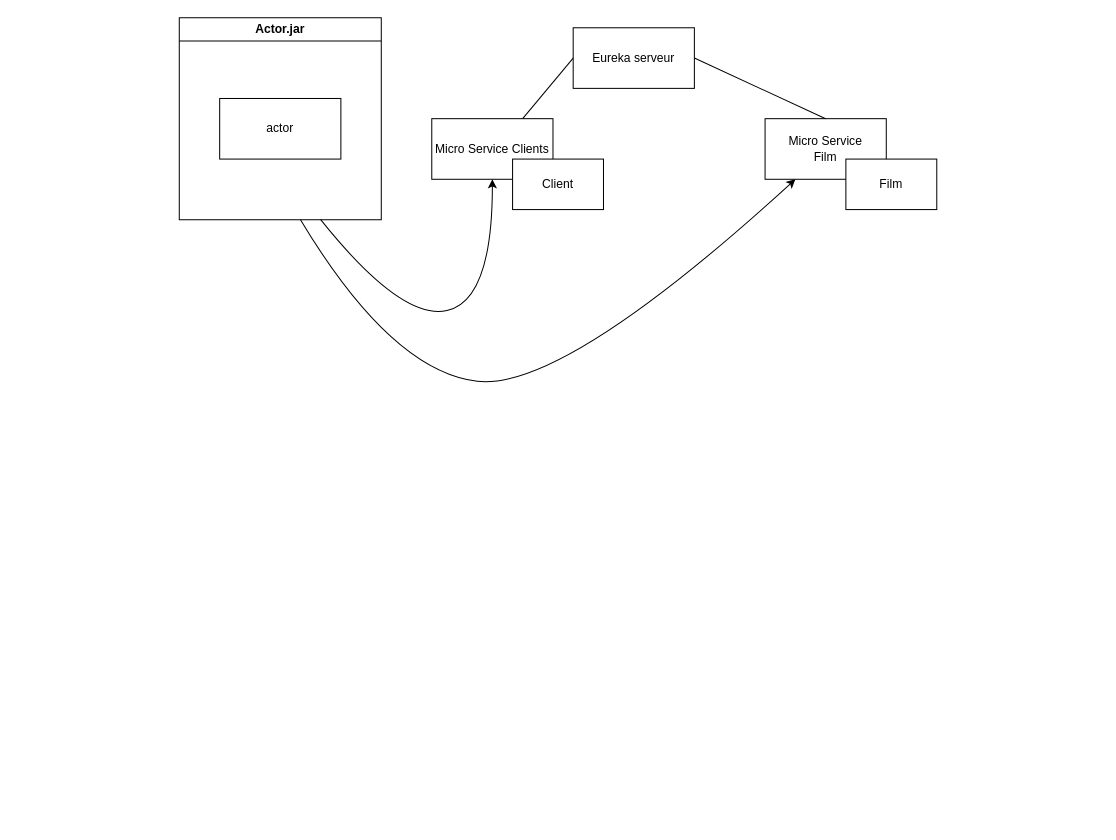
Before: documents/structure.drawio in Elgoogko/ProjetJEE, a draw.io diagram. Source tidied: cells renumbered, new cells numbered last; positions are measured from the earlier drawing's top-left corner, leaving out a move shared by most shapes. Both pictures are drawn from the tidied source at 101%, with x=0, y=0 at pixel (179, 17).
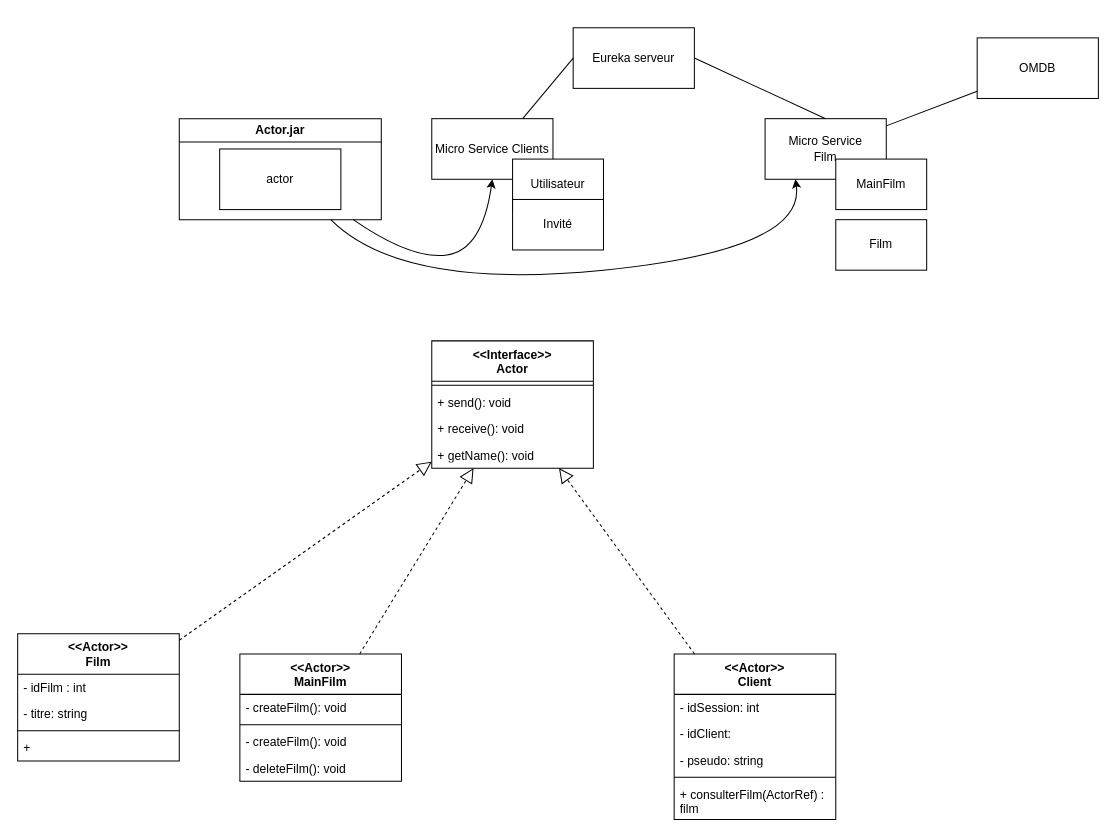
Above is the later version.

Commit message:
update : diagramme UML

The change refers to these unchanged cells:
```xml
<mxCell id="3" value="Micro Service&lt;div&gt;Film&lt;/div&gt;" style="rounded=0;whiteSpace=wrap;html=1;" parent="1" vertex="1">
  <mxGeometry x="580" y="100" width="120" height="60" as="geometry" />
</mxCell>
<mxCell id="4" value="Micro Service Clients" style="rounded=0;whiteSpace=wrap;html=1;" parent="1" vertex="1">
  <mxGeometry x="250" y="100" width="120" height="60" as="geometry" />
</mxCell>
```

The edit, as a diff of the source:
```diff
@@
     <mxCell id="7" value="Actor.jar" style="swimlane;whiteSpace=wrap;html=1;" parent="1" vertex="1">
-      <mxGeometry width="200" height="200" as="geometry" />
+      <mxGeometry y="100" width="200" height="100" as="geometry" />
     </mxCell>
     <mxCell id="8" value="actor" style="rounded=0;whiteSpace=wrap;html=1;" parent="7" vertex="1">
-      <mxGeometry x="40" y="80" width="120" height="60" as="geometry" />
+      <mxGeometry x="40" y="30" width="120" height="60" as="geometry" />
     </mxCell>
-    <mxCell id="9" style="curved=1;endArrow=classic;html=1;rounded=0;entryX=0.5;entryY=1;entryDx=0;entryDy=0;" parent="1" edge="1" target="4">
+    <mxCell id="9" style="curved=1;endArrow=classic;html=1;rounded=0;entryX=0.5;entryY=1;entryDx=0;entryDy=0;" parent="1" edge="1" source="7" target="4">
       <mxGeometry relative="1" as="geometry">
-        <mxPoint x="140" y="200" as="sourcePoint" />
         <Array as="points">
-          <mxPoint x="220" y="300" />
-          <mxPoint x="310" y="280" />
+          <mxPoint x="230" y="240" />
+          <mxPoint x="300" y="230" />
         </Array>
       </mxGeometry>
     </mxCell>
-    <mxCell id="10" style="curved=1;endArrow=classic;html=1;rounded=0;entryX=0.25;entryY=1;entryDx=0;entryDy=0;" parent="1" edge="1" target="3">
+    <mxCell id="10" style="curved=1;endArrow=classic;html=1;rounded=0;entryX=0.25;entryY=1;entryDx=0;entryDy=0;" parent="1" edge="1" source="7" target="3">
       <mxGeometry relative="1" as="geometry">
-        <mxPoint x="120" y="200" as="sourcePoint" />
         <Array as="points">
-          <mxPoint x="210" y="350" />
-          <mxPoint x="380" y="370" />
+          <mxPoint x="220" y="270" />
+          <mxPoint x="620" y="230" />
         </Array>
       </mxGeometry>
     </mxCell>
-    <mxCell id="11" value="Client" style="rounded=0;whiteSpace=wrap;html=1;" parent="1" vertex="1">
+    <mxCell id="11" value="Utilisateur" style="rounded=0;whiteSpace=wrap;html=1;" parent="1" vertex="1">
       <mxGeometry x="330" y="140" width="90" height="50" as="geometry" />
     </mxCell>
     <mxCell id="12" value="Film" style="rounded=0;whiteSpace=wrap;html=1;" parent="1" vertex="1">
-      <mxGeometry x="660" y="140" width="90" height="50" as="geometry" />
+      <mxGeometry x="650" y="200" width="90" height="50" as="geometry" />
     </mxCell>
+    <mxCell id="13" value="&lt;div&gt;&amp;lt;&amp;lt;Interface&amp;gt;&amp;gt;&lt;/div&gt;Actor" style="swimlane;fontStyle=1;align=center;verticalAlign=top;horizontal=1;startSize=40;whiteSpace=wrap;html=1;" parent="1" vertex="1">
+      <mxGeometry x="250" y="320" width="160" height="126" as="geometry" />
+    </mxCell>
+    <mxCell id="14" style="line;strokeWidth=1;fillColor=none;align=left;verticalAlign=middle;spacingTop=-1;spacingLeft=3;spacingRight=3;labelPosition=right;strokeColor=inherit;" parent="13" vertex="1">
+      <mxGeometry y="40" width="160" height="8" as="geometry" />
+    </mxCell>
+    <mxCell id="15" value="+ send(): void" style="text;strokeColor=none;fillColor=none;align=left;verticalAlign=top;spacingLeft=4;spacingRight=4;overflow=hidden;whiteSpace=wrap;html=1;" parent="13" vertex="1">
+      <mxGeometry y="48" width="160" height="26" as="geometry" />
+    </mxCell>
+    <mxCell id="16" value="+ receive(): void" style="text;strokeColor=none;fillColor=none;align=left;verticalAlign=top;spacingLeft=4;spacingRight=4;overflow=hidden;whiteSpace=wrap;html=1;" parent="13" vertex="1">
+      <mxGeometry y="74" width="160" height="26" as="geometry" />
+    </mxCell>
+    <mxCell id="17" value="+ getName(): void" style="text;strokeColor=none;fillColor=none;align=left;verticalAlign=top;spacingLeft=4;spacingRight=4;overflow=hidden;whiteSpace=wrap;html=1;" parent="13" vertex="1">
+      <mxGeometry y="100" width="160" height="26" as="geometry" />
+    </mxCell>
+    <mxCell id="18" value="&lt;div&gt;&amp;lt;&amp;lt;Actor&amp;gt;&amp;gt;&lt;/div&gt;Client" style="swimlane;fontStyle=1;align=center;verticalAlign=top;horizontal=1;startSize=40;whiteSpace=wrap;html=1;" parent="1" vertex="1">
+      <mxGeometry x="490" y="630" width="160" height="164" as="geometry" />
+    </mxCell>
+    <mxCell id="19" value="- idSession: int" style="text;strokeColor=none;fillColor=none;align=left;verticalAlign=top;spacingLeft=4;spacingRight=4;overflow=hidden;whiteSpace=wrap;html=1;" parent="18" vertex="1">
+      <mxGeometry y="40" width="160" height="26" as="geometry" />
+    </mxCell>
+    <mxCell id="20" value="- idClient:&amp;nbsp;" style="text;strokeColor=none;fillColor=none;align=left;verticalAlign=top;spacingLeft=4;spacingRight=4;overflow=hidden;whiteSpace=wrap;html=1;" parent="18" vertex="1">
+      <mxGeometry y="66" width="160" height="26" as="geometry" />
+    </mxCell>
+    <mxCell id="21" value="- pseudo: string" style="text;strokeColor=none;fillColor=none;align=left;verticalAlign=top;spacingLeft=4;spacingRight=4;overflow=hidden;whiteSpace=wrap;html=1;" parent="18" vertex="1">
+      <mxGeometry y="92" width="160" height="26" as="geometry" />
+    </mxCell>
+    <mxCell id="22" style="line;strokeWidth=1;fillColor=none;align=left;verticalAlign=middle;spacingTop=-1;spacingLeft=3;spacingRight=3;labelPosition=right;strokeColor=inherit;" parent="18" vertex="1">
+      <mxGeometry y="118" width="160" height="8" as="geometry" />
+    </mxCell>
+    <mxCell id="23" value="+ consulterFilm(ActorRef) : film" style="text;strokeColor=none;fillColor=none;align=left;verticalAlign=top;spacingLeft=4;spacingRight=4;overflow=hidden;whiteSpace=wrap;html=1;" parent="18" vertex="1">
+      <mxGeometry y="126" width="160" height="38" as="geometry" />
+    </mxCell>
+    <mxCell id="24" style="endArrow=block;dashed=1;endFill=0;endSize=12;html=1;" parent="1" edge="1" source="18" target="13">
+      <mxGeometry relative="1" as="geometry" />
+    </mxCell>
+    <mxCell id="25" value="&lt;div&gt;&amp;lt;&amp;lt;Actor&amp;gt;&amp;gt;&lt;/div&gt;MainFilm" style="swimlane;fontStyle=1;align=center;verticalAlign=top;horizontal=1;startSize=40;whiteSpace=wrap;html=1;" parent="1" vertex="1">
+      <mxGeometry x="60" y="630" width="160" height="126" as="geometry" />
+    </mxCell>
+    <mxCell id="26" value="- createFilm(): void" style="text;strokeColor=none;fillColor=none;align=left;verticalAlign=top;spacingLeft=4;spacingRight=4;overflow=hidden;whiteSpace=wrap;html=1;" parent="25" vertex="1">
+      <mxGeometry y="40" width="160" height="26" as="geometry" />
+    </mxCell>
+    <mxCell id="27" style="line;strokeWidth=1;fillColor=none;align=left;verticalAlign=middle;spacingTop=-1;spacingLeft=3;spacingRight=3;labelPosition=right;strokeColor=inherit;" parent="25" vertex="1">
+      <mxGeometry y="66" width="160" height="8" as="geometry" />
+    </mxCell>
+    <mxCell id="28" value="- createFilm(): void" style="text;strokeColor=none;fillColor=none;align=left;verticalAlign=top;spacingLeft=4;spacingRight=4;overflow=hidden;whiteSpace=wrap;html=1;" parent="25" vertex="1">
+      <mxGeometry y="74" width="160" height="26" as="geometry" />
+    </mxCell>
+    <mxCell id="29" value="- deleteFilm(): void" style="text;strokeColor=none;fillColor=none;align=left;verticalAlign=top;spacingLeft=4;spacingRight=4;overflow=hidden;whiteSpace=wrap;html=1;" parent="25" vertex="1">
+      <mxGeometry y="100" width="160" height="26" as="geometry" />
+    </mxCell>
+    <mxCell id="30" style="endArrow=block;dashed=1;endFill=0;endSize=12;html=1;" parent="1" edge="1" source="25" target="13">
+      <mxGeometry relative="1" as="geometry" />
+    </mxCell>
+    <mxCell id="31" value="&lt;div&gt;&amp;lt;&amp;lt;Actor&amp;gt;&amp;gt;&lt;/div&gt;Film" style="swimlane;fontStyle=1;align=center;verticalAlign=top;horizontal=1;startSize=40;whiteSpace=wrap;html=1;" parent="1" vertex="1">
+      <mxGeometry x="-160" y="610" width="160" height="126" as="geometry" />
+    </mxCell>
+    <mxCell id="32" value="- idFilm : int" style="text;strokeColor=none;fillColor=none;align=left;verticalAlign=top;spacingLeft=4;spacingRight=4;overflow=hidden;whiteSpace=wrap;html=1;" parent="31" vertex="1">
+      <mxGeometry y="40" width="160" height="26" as="geometry" />
+    </mxCell>
+    <mxCell id="33" value="- titre: string" style="text;strokeColor=none;fillColor=none;align=left;verticalAlign=top;spacingLeft=4;spacingRight=4;overflow=hidden;whiteSpace=wrap;html=1;" parent="31" vertex="1">
+      <mxGeometry y="66" width="160" height="26" as="geometry" />
+    </mxCell>
+    <mxCell id="34" style="line;strokeWidth=1;fillColor=none;align=left;verticalAlign=middle;spacingTop=-1;spacingLeft=3;spacingRight=3;labelPosition=right;strokeColor=inherit;" parent="31" vertex="1">
+      <mxGeometry y="92" width="160" height="8" as="geometry" />
+    </mxCell>
+    <mxCell id="35" value="+&amp;nbsp;" style="text;strokeColor=none;fillColor=none;align=left;verticalAlign=top;spacingLeft=4;spacingRight=4;overflow=hidden;whiteSpace=wrap;html=1;" parent="31" vertex="1">
+      <mxGeometry y="100" width="160" height="26" as="geometry" />
+    </mxCell>
+    <mxCell id="36" style="endArrow=block;dashed=1;endFill=0;endSize=12;html=1;" parent="1" edge="1" source="31" target="13">
+      <mxGeometry relative="1" as="geometry" />
+    </mxCell>
+    <mxCell id="37" value="MainFilm" style="rounded=0;whiteSpace=wrap;html=1;" parent="1" vertex="1">
+      <mxGeometry x="650" y="140" width="90" height="50" as="geometry" />
+    </mxCell>
+    <mxCell id="38" value="OMDB" style="rounded=0;whiteSpace=wrap;html=1;" parent="1" vertex="1">
+      <mxGeometry x="790" y="20" width="120" height="60" as="geometry" />
+    </mxCell>
+    <mxCell id="39" style="endArrow=none;html=1;rounded=0;" parent="1" edge="1" source="3" target="38">
+      <mxGeometry relative="1" as="geometry" />
+    </mxCell>
+    <mxCell id="40" value="Invité" style="rounded=0;whiteSpace=wrap;html=1;" parent="1" vertex="1">
+      <mxGeometry x="330" y="180" width="90" height="50" as="geometry" />
+    </mxCell>
```
